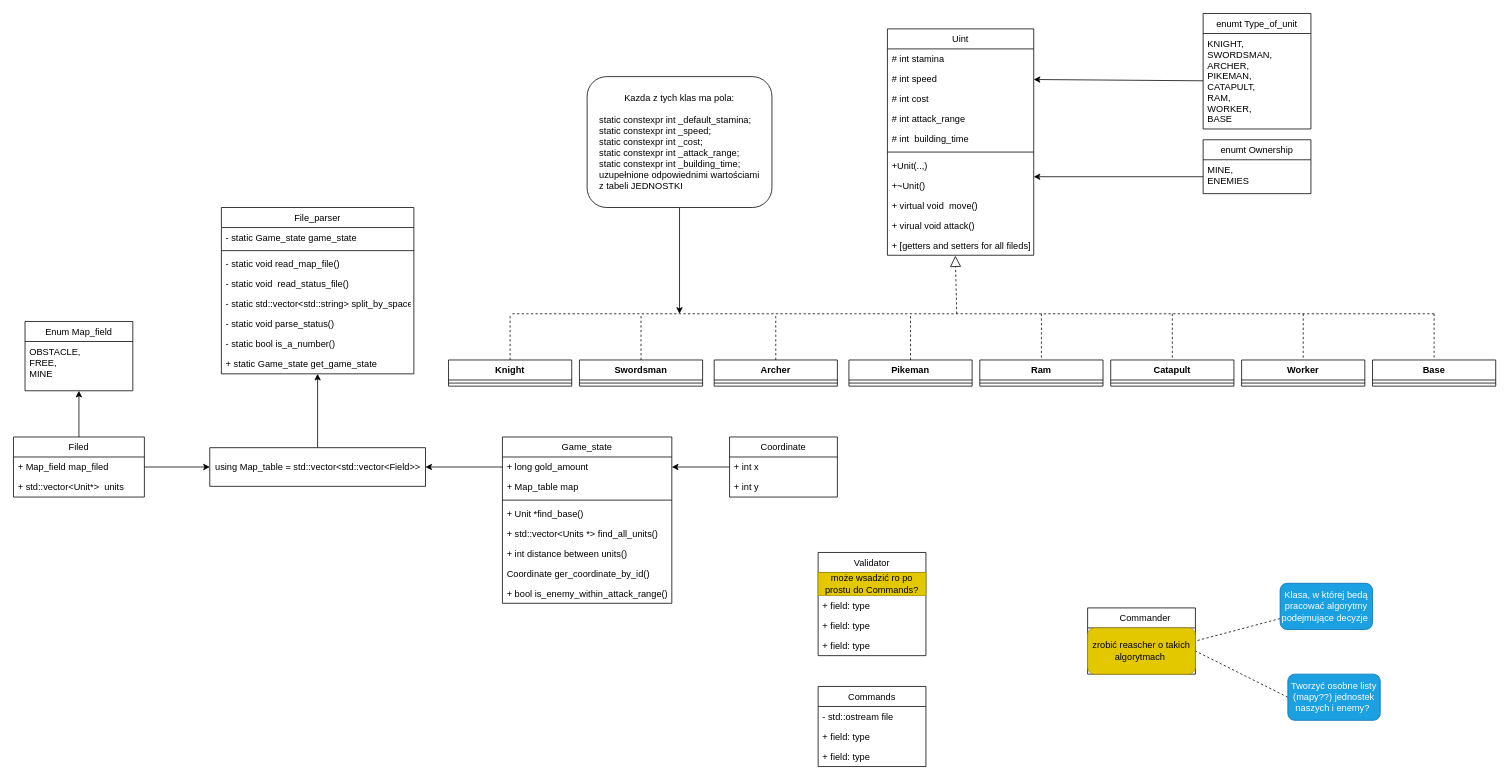
Before: diagram/diagram.drawio in PartyKusZ/board_game, a draw.io diagram. Source tidied: cells renumbered, new cells numbered last; positions are measured from the earlier drawing's top-left corner, leaving out a move shared by most shapes. Both pictures are drawn from the tidied source at 77%, with x=0, y=0 at pixel (13, 13).
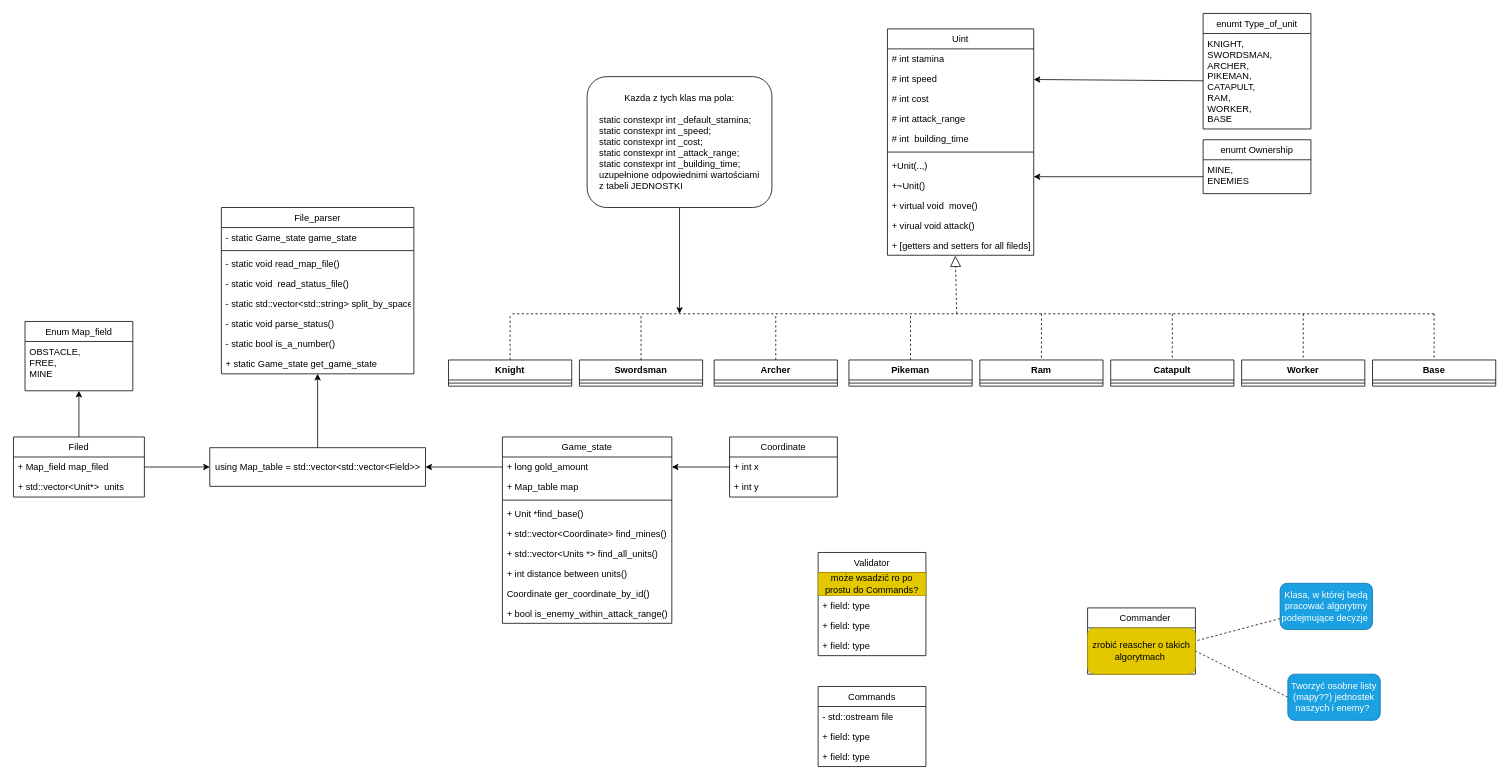
After the change.

Commit message (it also covers changes not shown here):
akutalizacja diagramu i umieszczenie w jednej funkcji kodu testującego poprawność działania game sate

Diff of the diagram source:
```diff
@@
     <mxCell id="77" value="Game_state" style="swimlane;fontStyle=0;horizontal=1;startSize=26;fillColor=none;" parent="1" vertex="1">
-      <mxGeometry x="635" y="550" width="220" height="216" as="geometry" />
+      <mxGeometry x="635" y="550" width="220" height="242" as="geometry" />
     </mxCell>
@@
+    <mxCell id="96" value="+ std::vector&lt;Coordinate&gt; find_mines()" style="text;strokeColor=none;fillColor=none;align=left;verticalAlign=top;spacingLeft=4;spacingRight=4;overflow=hidden;" parent="77" vertex="1">
+      <mxGeometry y="112" width="220" height="26" as="geometry" />
+    </mxCell>
     <mxCell id="82" value="+ std::vector&lt;Units *&gt; find_all_units()" style="text;strokeColor=none;fillColor=none;align=left;verticalAlign=top;spacingLeft=4;spacingRight=4;overflow=hidden;" parent="77" vertex="1">
-      <mxGeometry y="112" width="220" height="26" as="geometry" />
+      <mxGeometry y="138" width="220" height="26" as="geometry" />
     </mxCell>
     <mxCell id="83" value="+ int distance between units()" style="text;strokeColor=none;fillColor=none;align=left;verticalAlign=top;spacingLeft=4;spacingRight=4;overflow=hidden;" parent="77" vertex="1">
-      <mxGeometry y="138" width="220" height="26" as="geometry" />
+      <mxGeometry y="164" width="220" height="26" as="geometry" />
     </mxCell>
     <mxCell id="84" value="Coordinate ger_coordinate_by_id()" style="text;strokeColor=none;fillColor=none;align=left;verticalAlign=top;spacingLeft=4;spacingRight=4;overflow=hidden;" parent="77" vertex="1">
-      <mxGeometry y="164" width="220" height="26" as="geometry" />
+      <mxGeometry y="190" width="220" height="26" as="geometry" />
     </mxCell>
     <mxCell id="85" value="+ bool is_enemy_within_attack_range()" style="text;strokeColor=none;fillColor=none;align=left;verticalAlign=top;spacingLeft=4;spacingRight=4;overflow=hidden;" parent="77" vertex="1">
-      <mxGeometry y="190" width="220" height="26" as="geometry" />
+      <mxGeometry y="216" width="220" height="26" as="geometry" />
     </mxCell>
```
